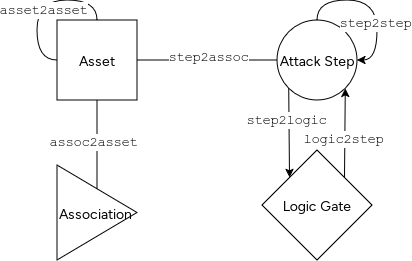
Before: .resources/GraphicalGymInterface.png, a diagram exported from draw.io (mal-lang/mal-simulator). Source tidied: cells renumbered, new cells last; positions are measured from the earlier drawing's top-left corner, leaving out a move shared by most shapes. Its diagram source:
```xml
<mxGraphModel>
  <root>
    <mxCell id="0" />
    <mxCell id="1" parent="0" />
    <mxCell id="2" style="edgeStyle=orthogonalEdgeStyle;rounded=0;jettySize=auto;html=1;entryX=1;entryY=0.5;entryDx=0;entryDy=0;endArrow=none;endFill=0;fontFamily=Figtree;fontSource=https%3A%2F%2Ffonts.googleapis.com%2Fcss%3Ffamily%3DFigtree;fontSize=14;" parent="1" edge="1" source="6" target="9">
      <mxGeometry relative="1" as="geometry" />
    </mxCell>
    <mxCell id="3" value="step2assoc" style="edgeLabel;html=1;align=center;verticalAlign=middle;fontFamily=Courier New;fontSize=14;" parent="2" vertex="1">
      <mxGeometry x="-0.01" y="-3" relative="1" as="geometry" />
    </mxCell>
    <mxCell id="4" style="rounded=0;jettySize=auto;html=1;exitX=0;exitY=1;exitDx=0;exitDy=0;entryX=0;entryY=0;entryDx=0;entryDy=0;fontFamily=Figtree;fontSource=https%3A%2F%2Ffonts.googleapis.com%2Fcss%3Ffamily%3DFigtree;fontSize=14;" parent="1" edge="1" source="6" target="13">
      <mxGeometry relative="1" as="geometry" />
    </mxCell>
    <mxCell id="5" value="step2logic" style="edgeLabel;html=1;align=center;verticalAlign=bottom;fontFamily=Courier New;fontSize=14;" parent="4" vertex="1">
      <mxGeometry x="-0.07" y="-3" relative="1" as="geometry" />
    </mxCell>
    <mxCell id="6" value="Attack Step" style="ellipse;whiteSpace=wrap;html=1;fontFamily=Figtree;fontSource=https%3A%2F%2Ffonts.googleapis.com%2Fcss%3Ffamily%3DFigtree;fontSize=14;" parent="1" vertex="1">
      <mxGeometry x="240" y="20" width="80" height="80" as="geometry" />
    </mxCell>
    <mxCell id="7" style="edgeStyle=orthogonalEdgeStyle;rounded=0;jettySize=auto;html=1;endArrow=none;endFill=0;fontFamily=Figtree;fontSource=https%3A%2F%2Ffonts.googleapis.com%2Fcss%3Ffamily%3DFigtree;fontSize=14;" parent="1" edge="1" source="9" target="10">
      <mxGeometry relative="1" as="geometry" />
    </mxCell>
    <mxCell id="8" value="assoc2asset" style="edgeLabel;html=1;align=center;verticalAlign=middle;fontFamily=Courier New;fontSize=14;" parent="7" vertex="1">
      <mxGeometry x="-0.06" y="-4" relative="1" as="geometry" />
    </mxCell>
    <mxCell id="9" value="Asset" style="whiteSpace=wrap;html=1;fontFamily=Figtree;fontSource=https%3A%2F%2Ffonts.googleapis.com%2Fcss%3Ffamily%3DFigtree;fontSize=14;" parent="1" vertex="1">
      <mxGeometry x="20" y="20" width="80" height="80" as="geometry" />
    </mxCell>
    <mxCell id="10" value="&lt;div align=&quot;left&quot;&gt;Association&lt;/div&gt;" style="triangle;whiteSpace=wrap;html=1;align=left;fontFamily=Figtree;fontSource=https%3A%2F%2Ffonts.googleapis.com%2Fcss%3Ffamily%3DFigtree;fontSize=14;" parent="1" vertex="1">
      <mxGeometry x="20" y="165" width="80" height="95" as="geometry" />
    </mxCell>
    <mxCell id="11" style="rounded=0;jettySize=auto;html=1;entryX=1;entryY=1;entryDx=0;entryDy=0;exitX=1;exitY=0;exitDx=0;exitDy=0;fontFamily=Figtree;fontSource=https%3A%2F%2Ffonts.googleapis.com%2Fcss%3Ffamily%3DFigtree;fontSize=14;" parent="1" edge="1" source="13" target="6">
      <mxGeometry relative="1" as="geometry" />
    </mxCell>
    <mxCell id="12" value="logic2step" style="edgeLabel;html=1;align=center;verticalAlign=middle;fontFamily=Courier New;fontSize=14;" parent="11" vertex="1">
      <mxGeometry x="-0.14" y="2" relative="1" as="geometry" />
    </mxCell>
    <mxCell id="13" value="Logic Gate" style="rhombus;whiteSpace=wrap;html=1;fontFamily=Figtree;fontSource=https%3A%2F%2Ffonts.googleapis.com%2Fcss%3Ffamily%3DFigtree;fontSize=14;" parent="1" vertex="1">
      <mxGeometry x="225" y="150" width="110" height="110" as="geometry" />
    </mxCell>
    <mxCell id="14" style="edgeStyle=orthogonalEdgeStyle;rounded=0;orthogonalLoop=1;jettySize=auto;html=1;entryX=1;entryY=0.5;entryDx=0;entryDy=0;curved=1;fontFamily=Figtree;fontSource=https%3A%2F%2Ffonts.googleapis.com%2Fcss%3Ffamily%3DFigtree;fontSize=14;" parent="1" edge="1" source="6" target="6">
      <mxGeometry relative="1" as="geometry" />
    </mxCell>
    <mxCell id="15" value="&lt;font&gt;step2step&lt;/font&gt;" style="edgeLabel;html=1;align=center;verticalAlign=middle;fontFamily=Courier New;fontSize=14;" parent="14" vertex="1">
      <mxGeometry x="0.29" y="-2" relative="1" as="geometry" />
    </mxCell>
    <mxCell id="16" style="edgeStyle=orthogonalEdgeStyle;rounded=0;orthogonalLoop=1;jettySize=auto;html=1;entryX=0;entryY=0.5;entryDx=0;entryDy=0;curved=1;endArrow=none;endFill=0;" parent="1" edge="1" source="9" target="9">
      <mxGeometry relative="1" as="geometry">
        <Array as="points">
          <mxPoint x="60" />
          <mxPoint />
          <mxPoint y="60" />
        </Array>
      </mxGeometry>
    </mxCell>
    <mxCell id="17" value="&lt;div&gt;&lt;font style=&quot;font-size: 14px;&quot;&gt;asset2asset&lt;/font&gt;&lt;/div&gt;" style="edgeLabel;html=1;align=center;verticalAlign=middle;fontFamily=Courier New;" parent="16" vertex="1">
      <mxGeometry x="0.13" y="6" relative="1" as="geometry" />
    </mxCell>
  </root>
</mxGraphModel>
```
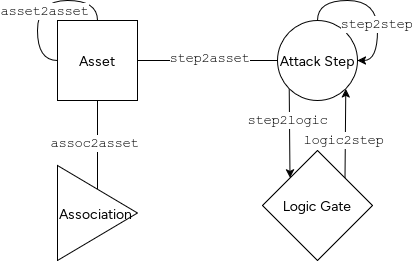
Later version of the same file.

Commit message:
fix: Update image for clarity and corectness

The edit, as a diff of the source:
```diff
@@ -5,7 +5,7 @@
     <mxCell id="2" style="edgeStyle=orthogonalEdgeStyle;rounded=0;jettySize=auto;html=1;entryX=1;entryY=0.5;entryDx=0;entryDy=0;endArrow=none;endFill=0;fontFamily=Figtree;fontSource=https%3A%2F%2Ffonts.googleapis.com%2Fcss%3Ffamily%3DFigtree;fontSize=14;" parent="1" edge="1" source="6" target="9">
       <mxGeometry relative="1" as="geometry" />
     </mxCell>
-    <mxCell id="3" value="step2assoc" style="edgeLabel;html=1;align=center;verticalAlign=middle;fontFamily=Courier New;fontSize=14;" parent="2" vertex="1">
+    <mxCell id="3" value="step2asset" style="edgeLabel;html=1;align=center;verticalAlign=middle;fontFamily=Courier New;fontSize=14;" parent="2" vertex="1">
       <mxGeometry x="-0.01" y="-3" relative="1" as="geometry" />
     </mxCell>
     <mxCell id="4" style="rounded=0;jettySize=auto;html=1;exitX=0;exitY=1;exitDx=0;exitDy=0;entryX=0;entryY=0;entryDx=0;entryDy=0;fontFamily=Figtree;fontSource=https%3A%2F%2Ffonts.googleapis.com%2Fcss%3Ffamily%3DFigtree;fontSize=14;" parent="1" edge="1" source="6" target="13">
```
